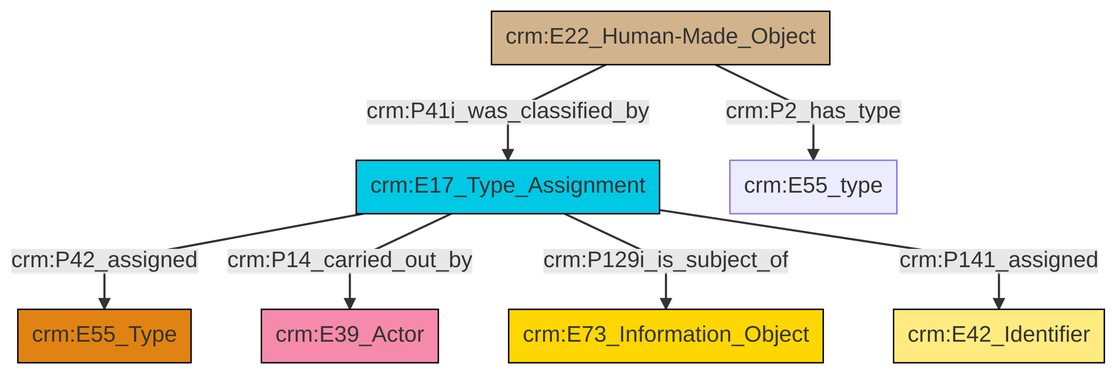
Before: et/builtWorkCSV/ttl/mmd/png/Built_Work_designation_status.png, a diagram exported from Mermaid (swiss-art-research-net/docs.swissartresearch). Its source is kept beside it as et/builtWorkCSV/ttl/mmd/Built_Work_designation_status.ttl.mmd.
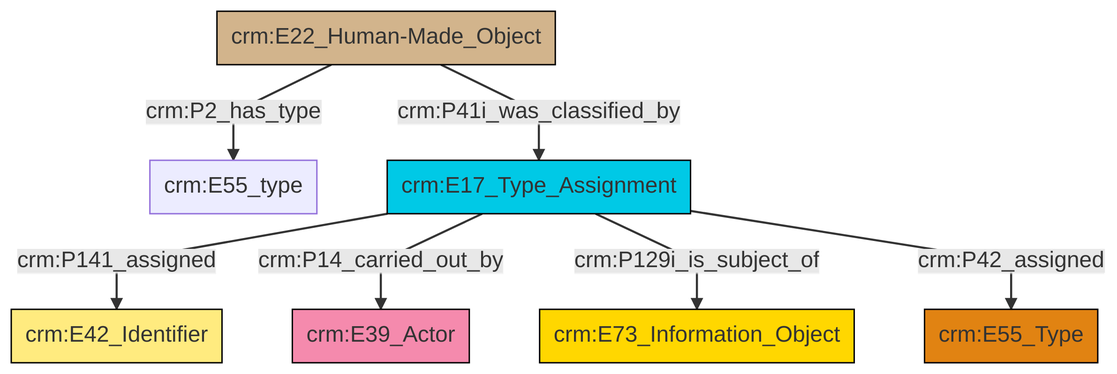
Later version of the same file.

The edit, as a diff of the source:
```diff
@@ -13,9 +13,9 @@
 classDef PC_Classes fill:#4ce600, stroke:#000000;
 classDef Multi fill:#cccccc,stroke:#000000;
 
+0["crm:E22_Human-Made_Object"]:::Physical_Thing -->|crm:P2_has_type| 1["crm:E55_type"]:::Default
+0["crm:E22_Human-Made_Object"]:::Physical_Thing -->|crm:P41i_was_classified_by| 2["crm:E17_Type_Assignment"]:::Temporal_Entity
+2["crm:E17_Type_Assignment"]:::Temporal_Entity -->|crm:P141_assigned| 6["crm:E42_Identifier"]:::Appellation
+2["crm:E17_Type_Assignment"]:::Temporal_Entity -->|crm:P14_carried_out_by| 7["crm:E39_Actor"]:::Actor
+2["crm:E17_Type_Assignment"]:::Temporal_Entity -->|crm:P129i_is_subject_of| 10["crm:E73_Information_Object"]:::Conceptual_Object
 2["crm:E17_Type_Assignment"]:::Temporal_Entity -->|crm:P42_assigned| 3["crm:E55_Type"]:::Type
-2["crm:E17_Type_Assignment"]:::Temporal_Entity -->|crm:P14_carried_out_by| 4["crm:E39_Actor"]:::Actor
-2["crm:E17_Type_Assignment"]:::Temporal_Entity -->|crm:P129i_is_subject_of| 5["crm:E73_Information_Object"]:::Conceptual_Object
-6["crm:E22_Human-Made_Object"]:::Physical_Thing -->|crm:P41i_was_classified_by| 2["crm:E17_Type_Assignment"]:::Temporal_Entity
-6["crm:E22_Human-Made_Object"]:::Physical_Thing -->|crm:P2_has_type| 7["crm:E55_type"]:::Default
-2["crm:E17_Type_Assignment"]:::Temporal_Entity -->|crm:P141_assigned| 0["crm:E42_Identifier"]:::Appellation
```
